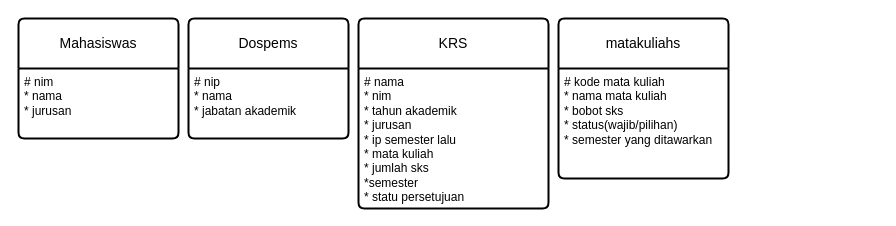
Before: Untitled Diagram.drawio in Faraby23/FirstProject, a draw.io diagram. Source tidied: cells renumbered, new cells numbered last; positions are measured from the earlier drawing's top-left corner, leaving out a move shared by most shapes. Both pictures are drawn from the tidied source at 100%, with x=0, y=0 at pixel (18, 18).
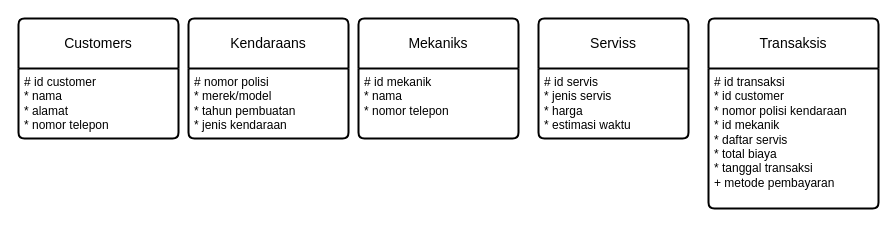
After the change.

Commit message:
basisdata02prak

The edit, as a diff of the source:
```diff
@@
 <mxGraphModel>
   <root>
     <mxCell id="0" />
     <mxCell id="1" parent="0" />
-    <mxCell id="2" value="Mahasiswas" style="swimlane;horizontal=1;startSize=50;rounded=1;fontSize=14;fontStyle=0;strokeWidth=2;shadow=0;dashed=0;align=center;arcSize=4;whiteSpace=wrap;html=1;" parent="1" vertex="1">
+    <mxCell id="2" value="Customers" style="swimlane;horizontal=1;startSize=50;rounded=1;fontSize=14;fontStyle=0;strokeWidth=2;shadow=0;dashed=0;align=center;arcSize=4;whiteSpace=wrap;html=1;" parent="1" vertex="1">
       <mxGeometry width="160" height="120" as="geometry" />
     </mxCell>
-    <mxCell id="3" value="# nim&lt;div&gt;* nama&lt;/div&gt;&lt;div&gt;* jurusan&lt;/div&gt;" style="align=left;strokeColor=none;fillColor=none;spacingLeft=4;spacingRight=4;fontSize=12;verticalAlign=top;html=1;whiteSpace=wrap;" parent="2" vertex="1">
+    <mxCell id="3" value="# id customer&lt;div&gt;* nama&lt;/div&gt;&lt;div&gt;* alamat&lt;/div&gt;&lt;div&gt;* nomor telepon&lt;/div&gt;" style="align=left;strokeColor=none;fillColor=none;spacingLeft=4;spacingRight=4;fontSize=12;verticalAlign=top;html=1;whiteSpace=wrap;" parent="2" vertex="1">
       <mxGeometry y="50" width="160" height="70" as="geometry" />
     </mxCell>
-    <mxCell id="4" value="Dospems" style="swimlane;horizontal=1;startSize=50;rounded=1;fontSize=14;fontStyle=0;strokeWidth=2;shadow=0;dashed=0;align=center;arcSize=4;whiteSpace=wrap;html=1;" parent="1" vertex="1">
+    <mxCell id="4" value="Kendaraans" style="swimlane;horizontal=1;startSize=50;rounded=1;fontSize=14;fontStyle=0;strokeWidth=2;shadow=0;dashed=0;align=center;arcSize=4;whiteSpace=wrap;html=1;" parent="1" vertex="1">
       <mxGeometry x="170" width="160" height="120" as="geometry" />
     </mxCell>
-    <mxCell id="5" value="# nip&lt;div&gt;* nama&lt;/div&gt;&lt;div&gt;* jabatan akademik&lt;/div&gt;" style="align=left;strokeColor=none;fillColor=none;spacingLeft=4;spacingRight=4;fontSize=12;verticalAlign=top;html=1;whiteSpace=wrap;" parent="4" vertex="1">
+    <mxCell id="5" value="# nomor polisi&lt;div&gt;* merek/model&lt;/div&gt;&lt;div&gt;* tahun pembuatan&lt;/div&gt;&lt;div&gt;* jenis kendaraan&lt;/div&gt;" style="align=left;strokeColor=none;fillColor=none;spacingLeft=4;spacingRight=4;fontSize=12;verticalAlign=top;html=1;whiteSpace=wrap;" parent="4" vertex="1">
       <mxGeometry y="50" width="160" height="70" as="geometry" />
     </mxCell>
-    <mxCell id="6" value="KRS" style="swimlane;horizontal=1;startSize=50;rounded=1;fontSize=14;fontStyle=0;strokeWidth=2;shadow=0;dashed=0;align=center;arcSize=4;whiteSpace=wrap;html=1;" parent="1" vertex="1">
-      <mxGeometry x="340" width="190" height="190" as="geometry" />
+    <mxCell id="6" value="Mekaniks" style="swimlane;horizontal=1;startSize=50;rounded=1;fontSize=14;fontStyle=0;strokeWidth=2;shadow=0;dashed=0;align=center;arcSize=4;whiteSpace=wrap;html=1;" parent="1" vertex="1">
+      <mxGeometry x="340" width="160" height="120" as="geometry" />
     </mxCell>
-    <mxCell id="7" value="# nama&lt;div&gt;* nim&lt;/div&gt;&lt;div&gt;* tahun akademik&lt;/div&gt;&lt;div&gt;* jurusan&lt;/div&gt;&lt;div&gt;* ip semester lalu&lt;/div&gt;&lt;div&gt;* mata kuliah&lt;/div&gt;&lt;div&gt;* jumlah sks&lt;/div&gt;&lt;div&gt;*semester&lt;/div&gt;&lt;div&gt;* statu persetujuan&lt;/div&gt;" style="align=left;strokeColor=none;fillColor=none;spacingLeft=4;spacingRight=4;fontSize=12;verticalAlign=top;html=1;whiteSpace=wrap;" parent="6" vertex="1">
-      <mxGeometry y="50" width="190" height="140" as="geometry" />
+    <mxCell id="7" value="# id mekanik&lt;div&gt;* nama&lt;/div&gt;&lt;div&gt;* nomor telepon&lt;/div&gt;" style="align=left;strokeColor=none;fillColor=none;spacingLeft=4;spacingRight=4;fontSize=12;verticalAlign=top;html=1;whiteSpace=wrap;" parent="6" vertex="1">
+      <mxGeometry y="50" width="160" height="70" as="geometry" />
     </mxCell>
-    <mxCell id="8" value="matakuliahs" style="swimlane;horizontal=1;startSize=50;rounded=1;fontSize=14;fontStyle=0;strokeWidth=2;shadow=0;dashed=0;align=center;arcSize=4;whiteSpace=wrap;html=1;" parent="1" vertex="1">
-      <mxGeometry x="540" width="170" height="160" as="geometry" />
+    <mxCell id="8" value="Serviss" style="swimlane;horizontal=1;startSize=50;rounded=1;fontSize=14;fontStyle=0;strokeWidth=2;shadow=0;dashed=0;align=center;arcSize=4;whiteSpace=wrap;html=1;" parent="1" vertex="1">
+      <mxGeometry x="520" width="150" height="120" as="geometry" />
     </mxCell>
-    <mxCell id="9" value="# kode mata kuliah&lt;div&gt;* nama mata kuliah&lt;/div&gt;&lt;div&gt;* bobot sks&lt;/div&gt;&lt;div&gt;* status(wajib/pilihan)&lt;/div&gt;&lt;div&gt;* semester yang ditawarkan&lt;/div&gt;&lt;div&gt;&lt;br&gt;&lt;/div&gt;" style="align=left;strokeColor=none;fillColor=none;spacingLeft=4;spacingRight=4;fontSize=12;verticalAlign=top;html=1;whiteSpace=wrap;" parent="8" vertex="1">
-      <mxGeometry y="50" width="170" height="110" as="geometry" />
+    <mxCell id="9" value="# id servis&lt;div&gt;* jenis servis&lt;/div&gt;&lt;div&gt;* harga&lt;/div&gt;&lt;div&gt;* estimasi waktu&lt;/div&gt;" style="align=left;strokeColor=none;fillColor=none;spacingLeft=4;spacingRight=4;fontSize=12;verticalAlign=top;html=1;whiteSpace=wrap;" parent="8" vertex="1">
+      <mxGeometry y="50" width="150" height="70" as="geometry" />
     </mxCell>
+    <mxCell id="10" value="Transaksis" style="swimlane;horizontal=1;startSize=50;rounded=1;fontSize=14;fontStyle=0;strokeWidth=2;shadow=0;dashed=0;align=center;arcSize=4;whiteSpace=wrap;html=1;" parent="1" vertex="1">
+      <mxGeometry x="690" width="170" height="190" as="geometry" />
+    </mxCell>
+    <mxCell id="11" value="# id transaksi&lt;div&gt;* id customer&lt;/div&gt;&lt;div&gt;* nomor polisi kendaraan&lt;/div&gt;&lt;div&gt;* id mekanik&lt;/div&gt;&lt;div&gt;* daftar servis&lt;/div&gt;&lt;div&gt;* total biaya&lt;/div&gt;&lt;div&gt;* tanggal transaksi&lt;/div&gt;&lt;div&gt;+ metode pembayaran&lt;/div&gt;" style="align=left;strokeColor=none;fillColor=none;spacingLeft=4;spacingRight=4;fontSize=12;verticalAlign=top;html=1;whiteSpace=wrap;" parent="10" vertex="1">
+      <mxGeometry y="50" width="170" height="140" as="geometry" />
+    </mxCell>
   </root>
 </mxGraphModel>
```
